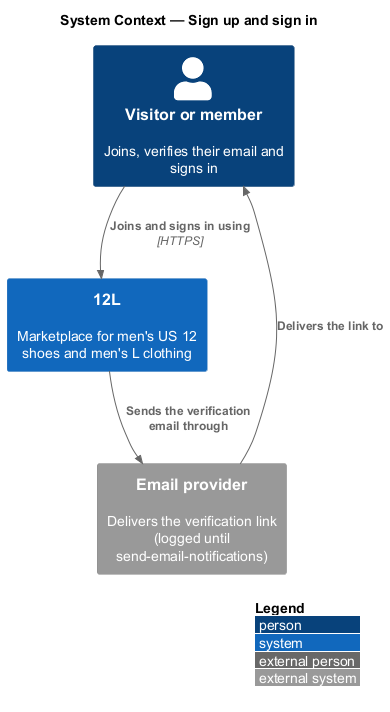
Before: docs/detailed-designs/accounts/sign-up-and-sign-in/diagrams/c4-context.png, a diagram exported from PlantUML (QuinntyneBrown/tutumuch).
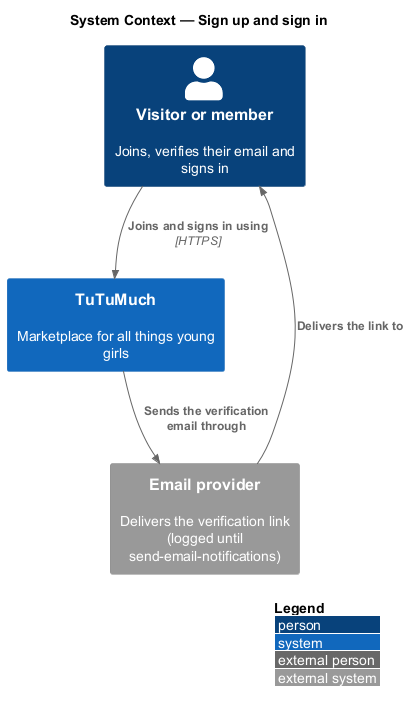
Later version of the same file.

Change to the diagram source:
```diff
@@ -4,10 +4,10 @@
 title System Context — Sign up and sign in
 
 Person(visitor, "Visitor or member", "Joins, verifies their email and signs in")
-System(twelvel, "12L", "Marketplace for men's US 12 shoes and men's L clothing")
+System(tutumuch, "TuTuMuch", "Marketplace for all things young girls")
 System_Ext(email, "Email provider", "Delivers the verification link (logged until send-email-notifications)")
 
-Rel(visitor, twelvel, "Joins and signs in using", "HTTPS")
-Rel(twelvel, email, "Sends the verification email through")
+Rel(visitor, tutumuch, "Joins and signs in using", "HTTPS")
+Rel(tutumuch, email, "Sends the verification email through")
 Rel(email, visitor, "Delivers the link to")
 @enduml
```
